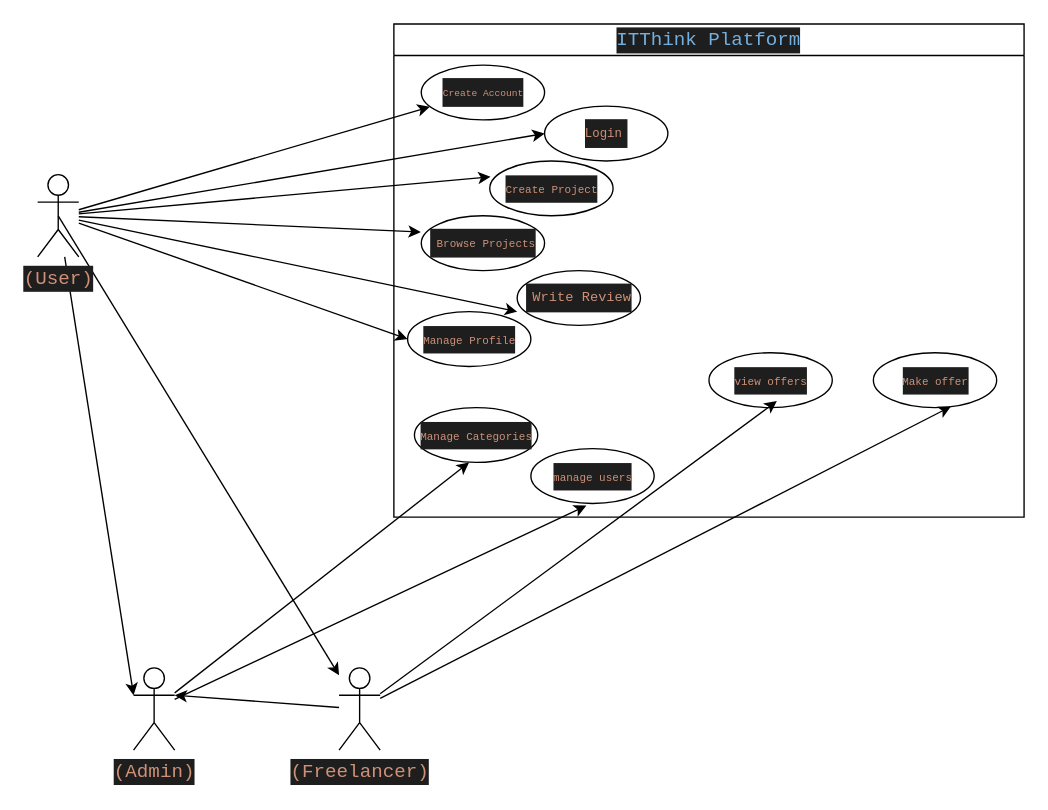
Before: Base de Données User.drawio in Ibrahim-Lmlilas/-Base-de-Donn-es-, a draw.io diagram. Source tidied: cells renumbered, new cells numbered last; positions are measured from the earlier drawing's top-left corner, leaving out a move shared by most shapes. Both pictures are drawn from the tidied source at 137%, with x=0, y=0 at pixel (37, 23).
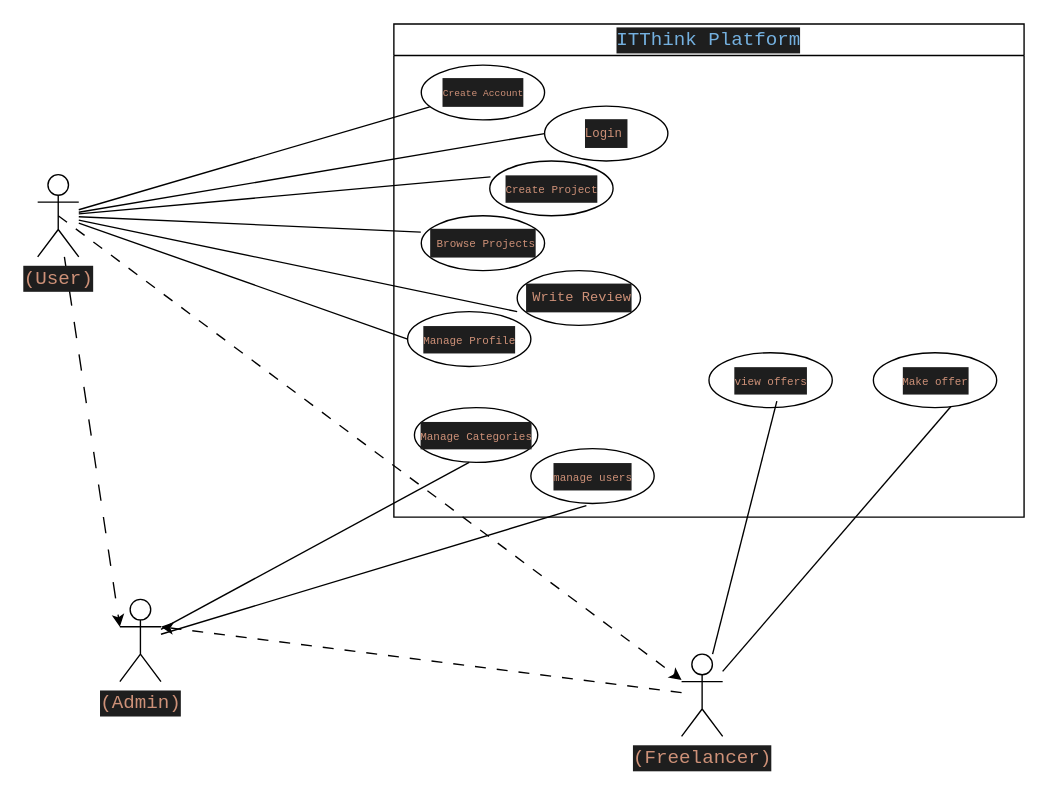
The same page after the edit.

The change refers to these unchanged cells:
```xml
<mxCell id="10" value="&lt;div style=&quot;color: rgb(212, 212, 212); background-color: rgb(30, 30, 30); font-family: Consolas, &amp;quot;Courier New&amp;quot;, monospace; font-size: 14px; line-height: 19px;&quot;&gt;&lt;span style=&quot;color: #ce9178;&quot;&gt;(User)&lt;/span&gt;&lt;/div&gt;" style="shape=umlActor;verticalLabelPosition=bottom;verticalAlign=top;html=1;outlineConnect=0;" parent="1" vertex="1">
  <mxGeometry y="110" width="30" height="60" as="geometry" />
</mxCell>
<mxCell id="14" style="ellipse;whiteSpace=wrap;html=1;" parent="11" vertex="1">
  <mxGeometry x="20" y="30" width="90" height="40" as="geometry" />
</mxCell>
<mxCell id="16" style="ellipse;whiteSpace=wrap;html=1;" parent="11" vertex="1">
  <mxGeometry x="110" y="60" width="90" height="40" as="geometry" />
</mxCell>
<mxCell id="20" value="&lt;div style=&quot;color: rgb(212, 212, 212); background-color: rgb(30, 30, 30); font-family: Consolas, &amp;quot;Courier New&amp;quot;, monospace; font-size: 14px; line-height: 19px;&quot;&gt;&lt;span style=&quot;color: rgb(206, 145, 120); font-size: 8px;&quot;&gt;Create Project&lt;/span&gt;&lt;/div&gt;" style="text;html=1;align=center;verticalAlign=middle;points=[];strokeColor=none;fillColor=none;" parent="11" vertex="1">
  <mxGeometry x="70" y="105" width="90" height="30" as="geometry" />
</mxCell>
<mxCell id="21" value="&lt;div style=&quot;color: rgb(212, 212, 212); background-color: rgb(30, 30, 30); font-family: Consolas, &amp;quot;Courier New&amp;quot;, monospace; font-size: 14px; line-height: 19px;&quot;&gt;&lt;span style=&quot;color: rgb(206, 145, 120); font-size: 7px;&quot;&gt;&amp;nbsp;&lt;/span&gt;&lt;span style=&quot;color: rgb(206, 145, 120); font-size: 8px;&quot;&gt;Browse Projects&lt;/span&gt;&lt;/div&gt;" style="text;html=1;align=center;verticalAlign=middle;points=[];strokeColor=none;fillColor=none;" parent="11" vertex="1">
  <mxGeometry x="20" y="145" width="90" height="30" as="geometry" />
</mxCell>
<mxCell id="22" value="&lt;div style=&quot;color: rgb(212, 212, 212); background-color: rgb(30, 30, 30); font-family: Consolas, &amp;quot;Courier New&amp;quot;, monospace; font-size: 14px; line-height: 19px;&quot;&gt;&lt;span style=&quot;color: rgb(206, 145, 120); font-size: 7px;&quot;&gt;&amp;nbsp;&lt;/span&gt;&lt;span style=&quot;color: rgb(206, 145, 120); font-size: 10px;&quot;&gt;Write Review&lt;/span&gt;&lt;/div&gt;" style="text;html=1;align=center;verticalAlign=middle;points=[];strokeColor=none;fillColor=none;" parent="11" vertex="1">
  <mxGeometry x="90" y="185" width="90" height="30" as="geometry" />
</mxCell>
<mxCell id="23" value="&lt;div style=&quot;color: rgb(212, 212, 212); background-color: rgb(30, 30, 30); font-family: Consolas, &amp;quot;Courier New&amp;quot;, monospace; font-size: 14px; line-height: 19px;&quot;&gt;&lt;div style=&quot;line-height: 19px;&quot;&gt;&lt;span style=&quot;color: rgb(206, 145, 120); font-size: 8px;&quot;&gt;Manage Profile&lt;/span&gt;&lt;/div&gt;&lt;/div&gt;" style="text;html=1;align=center;verticalAlign=middle;points=[];strokeColor=none;fillColor=none;" parent="11" vertex="1">
  <mxGeometry x="10" y="215" width="90" height="30" as="geometry" />
</mxCell>
<mxCell id="24" style="ellipse;whiteSpace=wrap;html=1;" parent="11" vertex="1">
  <mxGeometry x="15" y="280" width="90" height="40" as="geometry" />
</mxCell>
<mxCell id="25" style="ellipse;whiteSpace=wrap;html=1;" parent="11" vertex="1">
  <mxGeometry x="100" y="310" width="90" height="40" as="geometry" />
</mxCell>
<mxCell id="30" value="&lt;div style=&quot;color: rgb(212, 212, 212); background-color: rgb(30, 30, 30); font-family: Consolas, &amp;quot;Courier New&amp;quot;, monospace; font-size: 14px; line-height: 19px;&quot;&gt;&lt;div style=&quot;line-height: 19px;&quot;&gt;&lt;span style=&quot;color: rgb(206, 145, 120); font-size: 8px;&quot;&gt;view offers&lt;/span&gt;&lt;/div&gt;&lt;/div&gt;" style="text;html=1;align=center;verticalAlign=middle;points=[];strokeColor=none;fillColor=none;" parent="11" vertex="1">
  <mxGeometry x="240" y="245" width="70" height="30" as="geometry" />
</mxCell>
<mxCell id="31" value="&lt;div style=&quot;color: rgb(212, 212, 212); background-color: rgb(30, 30, 30); font-family: Consolas, &amp;quot;Courier New&amp;quot;, monospace; font-size: 14px; line-height: 19px;&quot;&gt;&lt;div style=&quot;line-height: 19px;&quot;&gt;&lt;span style=&quot;color: rgb(206, 145, 120); font-size: 8px;&quot;&gt;Make offer&lt;/span&gt;&lt;/div&gt;&lt;/div&gt;" style="text;html=1;align=center;verticalAlign=middle;points=[];strokeColor=none;fillColor=none;" parent="11" vertex="1">
  <mxGeometry x="360" y="245" width="70" height="30" as="geometry" />
</mxCell>
```

What changed in the source:
```diff
@@
-    <mxCell id="2" style="edgeStyle=none;html=1;exitX=0.5;exitY=0.5;exitDx=0;exitDy=0;exitPerimeter=0;" parent="1" edge="1" source="10" target="35">
+    <mxCell id="2" style="edgeStyle=none;html=1;exitX=0.5;exitY=0.5;exitDx=0;exitDy=0;exitPerimeter=0;dashed=1;dashPattern=8 8;" parent="1" edge="1" source="10" target="35">
       <mxGeometry relative="1" as="geometry" />
     </mxCell>
-    <mxCell id="3" style="edgeStyle=none;html=1;entryX=0.069;entryY=0.762;entryDx=0;entryDy=0;entryPerimeter=0;fontSize=7;" parent="1" edge="1" source="10" target="14">
+    <mxCell id="3" style="edgeStyle=none;html=1;entryX=0.069;entryY=0.762;entryDx=0;entryDy=0;entryPerimeter=0;fontSize=7;endArrow=none;endFill=0;" parent="1" edge="1" source="10" target="14">
       <mxGeometry relative="1" as="geometry" />
     </mxCell>
-    <mxCell id="4" style="edgeStyle=none;html=1;entryX=0;entryY=0.5;entryDx=0;entryDy=0;fontSize=9;" parent="1" edge="1" source="10" target="16">
+    <mxCell id="4" style="edgeStyle=none;html=1;entryX=0;entryY=0.5;entryDx=0;entryDy=0;fontSize=9;endArrow=none;endFill=0;" parent="1" edge="1" source="10" target="16">
       <mxGeometry relative="1" as="geometry" />
     </mxCell>
-    <mxCell id="5" style="edgeStyle=none;html=1;fontSize=8;entryX=0.006;entryY=0.219;entryDx=0;entryDy=0;entryPerimeter=0;" parent="1" edge="1" source="10" target="20">
+    <mxCell id="5" style="edgeStyle=none;html=1;fontSize=8;entryX=0.006;entryY=0.219;entryDx=0;entryDy=0;entryPerimeter=0;endArrow=none;endFill=0;" parent="1" edge="1" source="10" target="20">
       <mxGeometry relative="1" as="geometry" />
     </mxCell>
-    <mxCell id="6" style="edgeStyle=none;html=1;entryX=-0.004;entryY=0.23;entryDx=0;entryDy=0;entryPerimeter=0;fontSize=8;" parent="1" edge="1" source="10" target="21">
+    <mxCell id="6" style="edgeStyle=none;html=1;entryX=-0.004;entryY=0.23;entryDx=0;entryDy=0;entryPerimeter=0;fontSize=8;endArrow=none;endFill=0;" parent="1" edge="1" source="10" target="21">
       <mxGeometry relative="1" as="geometry" />
     </mxCell>
-    <mxCell id="7" style="edgeStyle=none;html=1;entryX=0;entryY=0.833;entryDx=0;entryDy=0;entryPerimeter=0;fontSize=8;" parent="1" edge="1" source="10" target="22">
+    <mxCell id="7" style="edgeStyle=none;html=1;entryX=0;entryY=0.833;entryDx=0;entryDy=0;entryPerimeter=0;fontSize=8;endArrow=none;endFill=0;" parent="1" edge="1" source="10" target="22">
       <mxGeometry relative="1" as="geometry" />
     </mxCell>
-    <mxCell id="8" style="edgeStyle=none;html=1;entryX=0;entryY=0.5;entryDx=0;entryDy=0;entryPerimeter=0;fontSize=8;" parent="1" edge="1" source="10" target="23">
+    <mxCell id="8" style="edgeStyle=none;html=1;entryX=0;entryY=0.5;entryDx=0;entryDy=0;entryPerimeter=0;fontSize=8;endArrow=none;endFill=0;" parent="1" edge="1" source="10" target="23">
       <mxGeometry relative="1" as="geometry" />
     </mxCell>
-    <mxCell id="9" style="edgeStyle=none;html=1;entryX=0;entryY=0.3333333333333333;entryDx=0;entryDy=0;entryPerimeter=0;fontSize=8;" parent="1" edge="1" source="10" target="38">
+    <mxCell id="9" style="edgeStyle=none;html=1;entryX=0;entryY=0.3333333333333333;entryDx=0;entryDy=0;entryPerimeter=0;fontSize=8;dashed=1;dashPattern=12 12;" parent="1" edge="1" source="10" target="38">
       <mxGeometry relative="1" as="geometry" />
     </mxCell>
@@
-    <mxCell id="32" style="edgeStyle=none;html=1;entryX=1;entryY=0.3333333333333333;entryDx=0;entryDy=0;entryPerimeter=0;fontSize=8;" parent="1" edge="1" source="35" target="38">
+    <mxCell id="32" style="edgeStyle=none;html=1;entryX=1;entryY=0.3333333333333333;entryDx=0;entryDy=0;entryPerimeter=0;fontSize=8;dashed=1;dashPattern=8 8;" parent="1" edge="1" source="35" target="38">
       <mxGeometry relative="1" as="geometry" />
     </mxCell>
-    <mxCell id="33" style="edgeStyle=none;html=1;entryX=0.666;entryY=1.141;entryDx=0;entryDy=0;entryPerimeter=0;fontSize=8;" parent="1" edge="1" source="35" target="31">
+    <mxCell id="33" style="edgeStyle=none;html=1;entryX=0.666;entryY=1.141;entryDx=0;entryDy=0;entryPerimeter=0;fontSize=8;endArrow=none;endFill=0;" parent="1" edge="1" source="35" target="31">
       <mxGeometry relative="1" as="geometry" />
     </mxCell>
-    <mxCell id="34" style="edgeStyle=none;html=1;entryX=0.565;entryY=1.009;entryDx=0;entryDy=0;entryPerimeter=0;fontSize=8;" parent="1" edge="1" source="35" target="30">
+    <mxCell id="34" style="edgeStyle=none;html=1;entryX=0.565;entryY=1.009;entryDx=0;entryDy=0;entryPerimeter=0;fontSize=8;endArrow=none;endFill=0;" parent="1" edge="1" source="35" target="30">
       <mxGeometry relative="1" as="geometry" />
     </mxCell>
     <mxCell id="35" value="&lt;div style=&quot;color: rgb(212, 212, 212); background-color: rgb(30, 30, 30); font-family: Consolas, &amp;quot;Courier New&amp;quot;, monospace; font-size: 14px; line-height: 19px;&quot;&gt;&lt;div style=&quot;line-height: 19px;&quot;&gt;&lt;span style=&quot;color: #ce9178;&quot;&gt;(Freelancer)&lt;/span&gt;&lt;/div&gt;&lt;/div&gt;" style="shape=umlActor;verticalLabelPosition=bottom;verticalAlign=top;html=1;outlineConnect=0;" parent="1" vertex="1">
-      <mxGeometry x="220" y="470" width="30" height="60" as="geometry" />
+      <mxGeometry x="470" y="460" width="30" height="60" as="geometry" />
     </mxCell>
-    <mxCell id="36" style="edgeStyle=none;html=1;entryX=0.444;entryY=1;entryDx=0;entryDy=0;entryPerimeter=0;fontSize=8;" parent="1" edge="1" source="38" target="24">
+    <mxCell id="36" style="edgeStyle=none;html=1;entryX=0.444;entryY=1;entryDx=0;entryDy=0;entryPerimeter=0;fontSize=8;endArrow=none;endFill=0;" parent="1" edge="1" source="38" target="24">
       <mxGeometry relative="1" as="geometry" />
     </mxCell>
-    <mxCell id="37" style="edgeStyle=none;html=1;entryX=0.45;entryY=1.038;entryDx=0;entryDy=0;entryPerimeter=0;fontSize=8;" parent="1" edge="1" source="38" target="25">
+    <mxCell id="37" style="edgeStyle=none;html=1;entryX=0.45;entryY=1.038;entryDx=0;entryDy=0;entryPerimeter=0;fontSize=8;endArrow=none;endFill=0;" parent="1" edge="1" source="38" target="25">
       <mxGeometry relative="1" as="geometry" />
     </mxCell>
     <mxCell id="38" value="&lt;div style=&quot;color: rgb(212, 212, 212); background-color: rgb(30, 30, 30); font-family: Consolas, &amp;quot;Courier New&amp;quot;, monospace; font-size: 14px; line-height: 19px;&quot;&gt;&lt;div style=&quot;line-height: 19px;&quot;&gt;&lt;span style=&quot;color: #ce9178;&quot;&gt;(Admin)&lt;/span&gt;&lt;/div&gt;&lt;/div&gt;" style="shape=umlActor;verticalLabelPosition=bottom;verticalAlign=top;html=1;outlineConnect=0;" parent="1" vertex="1">
-      <mxGeometry x="70" y="470" width="30" height="60" as="geometry" />
+      <mxGeometry x="60" y="420" width="30" height="60" as="geometry" />
     </mxCell>
```
